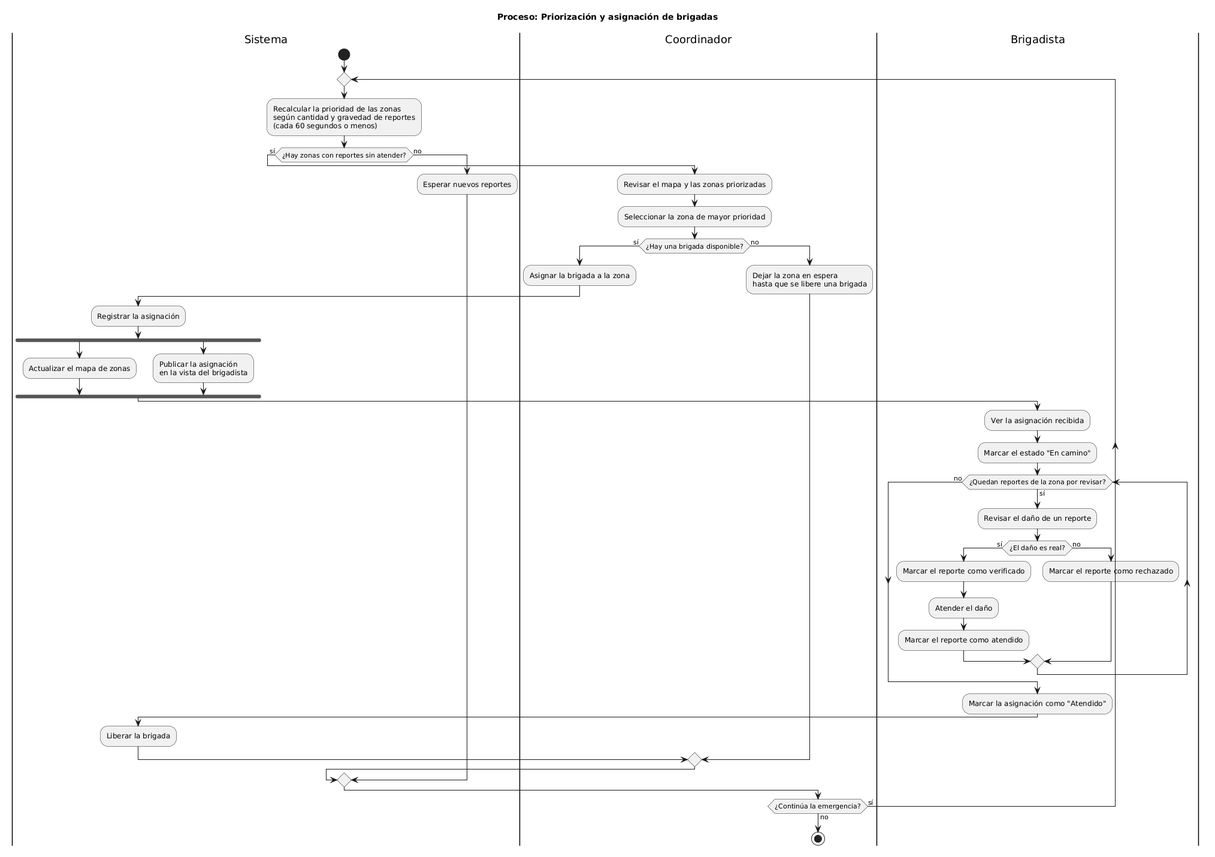
This is docs/design/img/actividades-brigada.png from DavidOliva06/cs-2026b-lab04-grupo06, a PlantUML export, as it was before one commit.
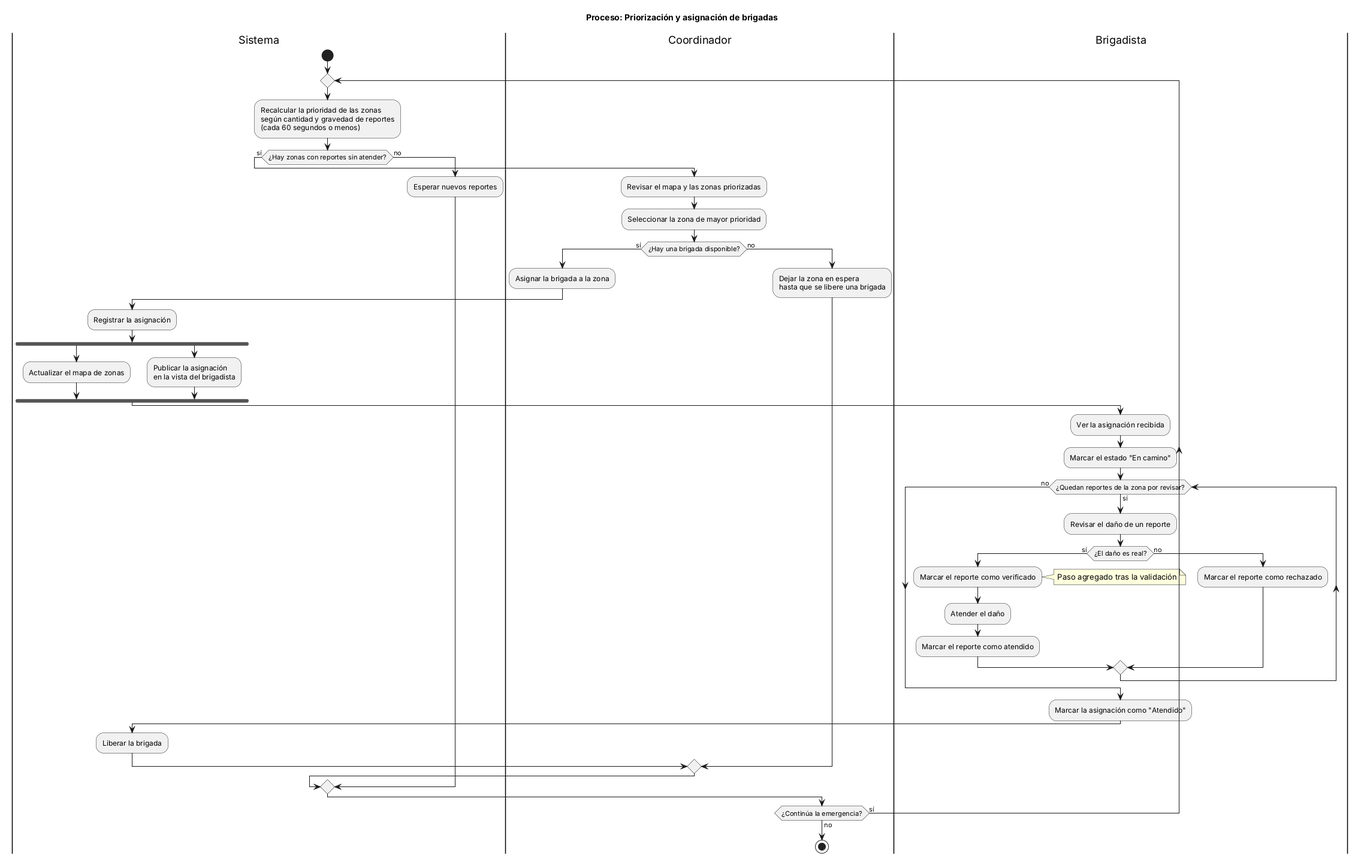
The same file after the commit.

Diff of the diagram source:
```diff
@@ -1,5 +1,6 @@
 @startuml
 title Proceso: Priorización y asignación de brigadas
+
 
 |Sistema|
 start
@@ -31,6 +32,7 @@
         :Revisar el daño de un reporte;
         if (¿El daño es real?) then (sí)
           :Marcar el reporte como verificado;
+          note right: Paso agregado tras la validación
           :Atender el daño;
           :Marcar el reporte como atendido;
         else (no)
```
